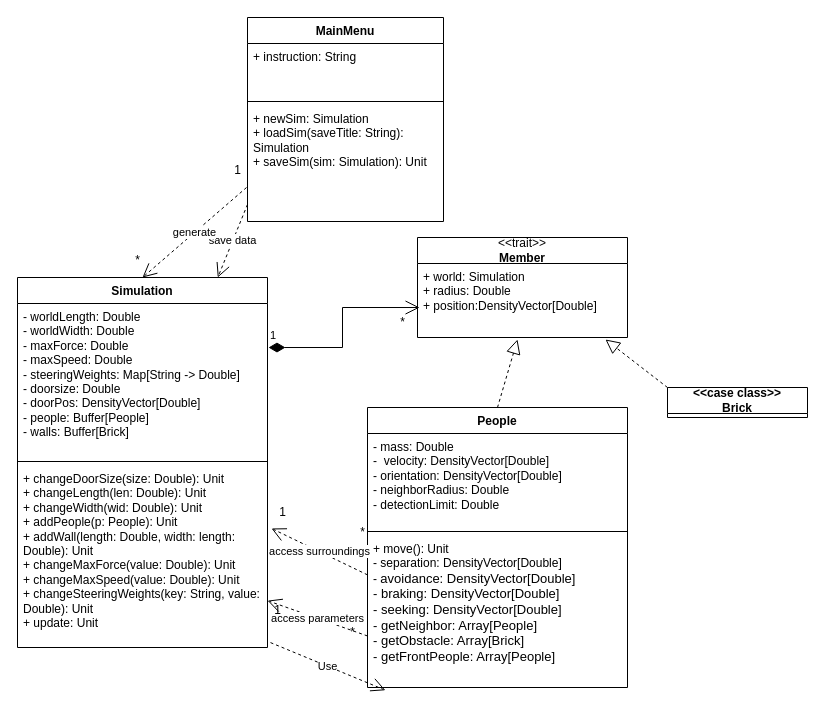
picadud/StudioA keeps this draw.io diagram as stampede.drawio. Above is the earlier version. Source tidied: cells renumbered, new cells numbered last; positions are measured from the earlier drawing's top-left corner, leaving out a move shared by most shapes. Both pictures are drawn from the tidied source at 100%, with x=0, y=0 at pixel (17, 17).
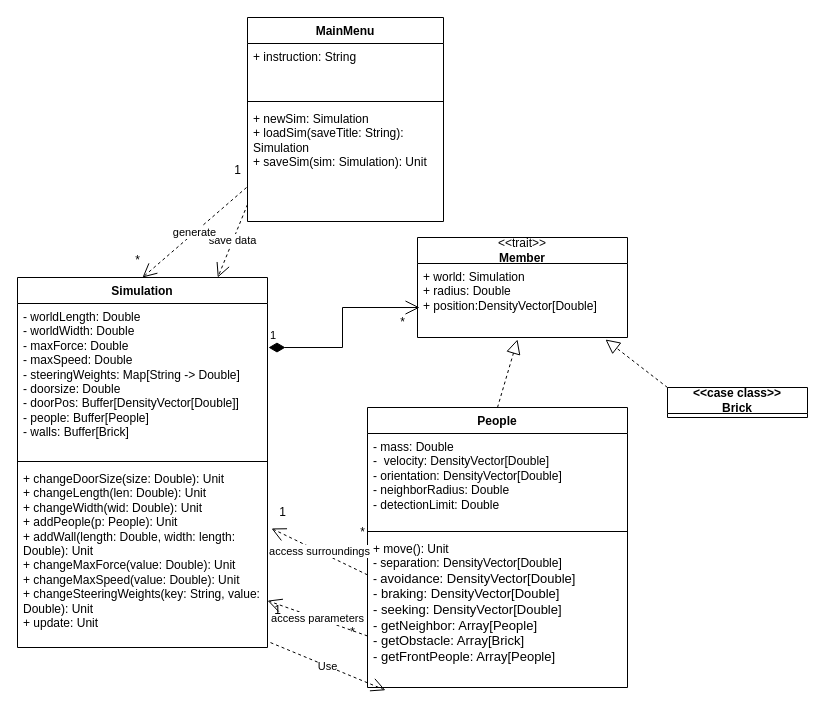
The same diagram, later.

Unchanged cells that the change refers to:
```xml
<mxCell id="6" value="Simulation" style="swimlane;fontStyle=1;align=center;verticalAlign=top;horizontal=1;startSize=26;whiteSpace=wrap;html=1;" parent="1" vertex="1">
  <mxGeometry y="260" width="250" height="370" as="geometry" />
</mxCell>
```

Change to the diagram source:
```diff
@@
-    <mxCell id="7" value="&lt;div&gt;- worldLength: Double&lt;/div&gt;&lt;div&gt;- worldWidth: Double&lt;/div&gt;&lt;div&gt;- maxForce: Double&lt;/div&gt;&lt;div&gt;- maxSpeed: Double&lt;/div&gt;&lt;div&gt;- steeringWeights: Map[String -&amp;gt; Double]&lt;br&gt;&lt;/div&gt;&lt;div&gt;- doorsize: Double&lt;/div&gt;&lt;div&gt;- doorPos: DensityVector[Double]&lt;br&gt;&lt;/div&gt;&lt;div&gt;- people: Buffer[People] &lt;br&gt;&lt;/div&gt;&lt;div&gt;- walls: Buffer[Brick]&lt;br&gt;&lt;/div&gt;&lt;div&gt;&lt;br&gt;&lt;/div&gt;" style="text;strokeColor=none;fillColor=none;align=left;verticalAlign=top;spacingLeft=4;spacingRight=4;overflow=hidden;points=[[0,0.5],[1,0.5]];portConstraint=eastwest;whiteSpace=wrap;html=1;" parent="6" vertex="1">
+    <mxCell id="7" value="&lt;div&gt;- worldLength: Double&lt;/div&gt;&lt;div&gt;- worldWidth: Double&lt;/div&gt;&lt;div&gt;- maxForce: Double&lt;/div&gt;&lt;div&gt;- maxSpeed: Double&lt;/div&gt;&lt;div&gt;- steeringWeights: Map[String -&amp;gt; Double]&lt;br&gt;&lt;/div&gt;&lt;div&gt;- doorsize: Double&lt;/div&gt;&lt;div&gt;- doorPos: Buffer[DensityVector[Double]]&lt;br&gt;&lt;/div&gt;&lt;div&gt;- people: Buffer[People] &lt;br&gt;&lt;/div&gt;&lt;div&gt;- walls: Buffer[Brick]&lt;br&gt;&lt;/div&gt;&lt;div&gt;&lt;br&gt;&lt;/div&gt;" style="text;strokeColor=none;fillColor=none;align=left;verticalAlign=top;spacingLeft=4;spacingRight=4;overflow=hidden;points=[[0,0.5],[1,0.5]];portConstraint=eastwest;whiteSpace=wrap;html=1;" parent="6" vertex="1">
       <mxGeometry y="26" width="250" height="154" as="geometry" />
     </mxCell>
```
